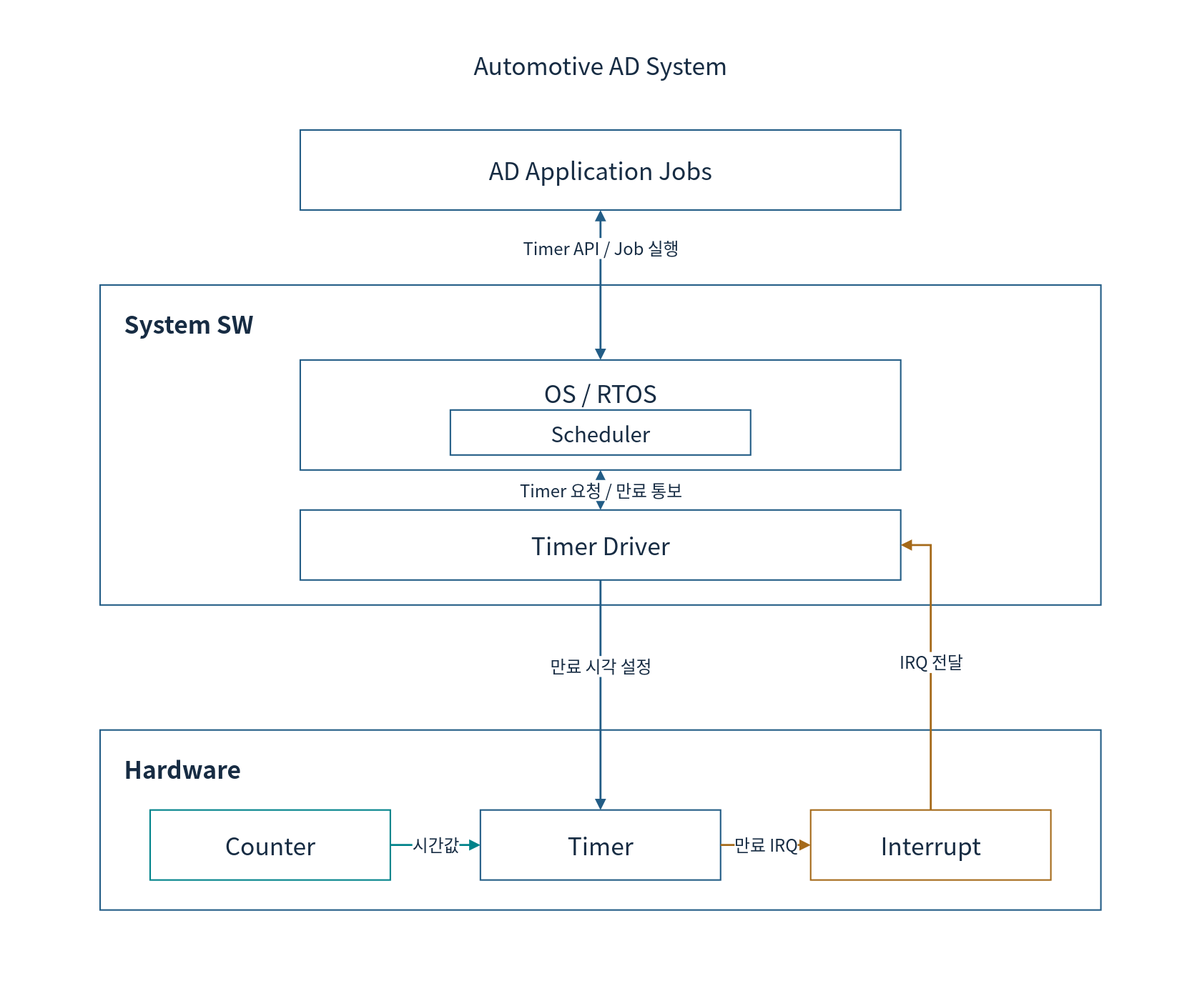
Above: doc/phase1/timer/diagrams/00-system.drawio.svg in cometzero/project-apollo (draw.io), before the change. Source tidied: cells renumbered, new cells last; positions are measured from the earlier drawing's top-left corner, leaving out a move shared by most shapes. Its diagram source:
```xml
<mxGraphModel background="#FFFFFF">
  <root>
    <mxCell id="0" />
    <mxCell id="1" parent="0" />
    <mxCell id="2" style="rounded=0;whiteSpace=wrap;html=1;fillColor=#FFFFFF;fontColor=#172C43;fontFamily=Noto Sans CJK KR;fontSize=24;strokeWidth=1.5;strokeColor=none;" parent="1" vertex="1">
      <mxGeometry width="1200" height="1000" as="geometry" />
    </mxCell>
    <mxCell id="3" value="Automotive AD System" style="rounded=0;whiteSpace=wrap;html=1;fillColor=#FFFFFF;fontColor=#172C43;fontFamily=Noto Sans CJK KR;fontSize=24;strokeWidth=1.5;strokeColor=none;" parent="1" vertex="1">
      <mxGeometry x="100" y="35" width="1000" height="60" as="geometry" />
    </mxCell>
    <mxCell id="4" value="AD Application Jobs" style="rounded=0;whiteSpace=wrap;html=1;fillColor=#FFFFFF;fontColor=#172C43;fontFamily=Noto Sans CJK KR;fontSize=24;strokeWidth=1.5;strokeColor=#235D86;" parent="1" vertex="1">
      <mxGeometry x="300" y="130" width="600" height="80" as="geometry" />
    </mxCell>
    <mxCell id="5" value="System SW" style="rounded=0;whiteSpace=wrap;html=1;fillColor=#FFFFFF;fontColor=#172C43;fontFamily=Noto Sans CJK KR;fontSize=24;strokeWidth=1.5;strokeColor=#235D86;verticalAlign=top;align=left;spacingTop=18;spacingLeft=22;fontStyle=1;" parent="1" vertex="1">
      <mxGeometry x="100" y="285" width="1000" height="320" as="geometry" />
    </mxCell>
    <mxCell id="6" value="OS / RTOS" style="rounded=0;whiteSpace=wrap;html=1;fillColor=#FFFFFF;fontColor=#172C43;fontFamily=Noto Sans CJK KR;fontSize=24;strokeWidth=1.5;strokeColor=#235D86;verticalAlign=top;spacingTop=12;" parent="5" vertex="1">
      <mxGeometry x="200" y="75" width="600" height="110" as="geometry" />
    </mxCell>
    <mxCell id="7" value="Scheduler" style="rounded=0;whiteSpace=wrap;html=1;fillColor=#FFFFFF;fontColor=#172C43;fontFamily=Noto Sans CJK KR;fontSize=21;strokeWidth=1.5;strokeColor=#235D86;" parent="6" vertex="1">
      <mxGeometry x="150" y="50" width="300" height="45" as="geometry" />
    </mxCell>
    <mxCell id="8" value="Timer Driver" style="rounded=0;whiteSpace=wrap;html=1;fillColor=#FFFFFF;fontColor=#172C43;fontFamily=Noto Sans CJK KR;fontSize=24;strokeWidth=1.5;strokeColor=#235D86;" parent="5" vertex="1">
      <mxGeometry x="200" y="225" width="600" height="70" as="geometry" />
    </mxCell>
    <mxCell id="9" value="Timer 요청 / 만료 통보" style="edgeStyle=orthogonalEdgeStyle;rounded=0;endArrow=block;endFill=1;strokeWidth=2;strokeColor=#235D86;startArrow=block;startFill=1;html=1;fontFamily=Noto Sans CJK KR;fontSize=17;fontColor=#172C43;labelBackgroundColor=#FFFFFF;" parent="5" edge="1" source="6" target="8">
      <mxGeometry relative="1" as="geometry" />
    </mxCell>
    <mxCell id="10" value="Hardware" style="rounded=0;whiteSpace=wrap;html=1;fillColor=#FFFFFF;fontColor=#172C43;fontFamily=Noto Sans CJK KR;fontSize=24;strokeWidth=1.5;strokeColor=#235D86;verticalAlign=top;align=left;spacingTop=18;spacingLeft=22;fontStyle=1;" parent="1" vertex="1">
      <mxGeometry x="100" y="730" width="1000" height="180" as="geometry" />
    </mxCell>
    <mxCell id="11" value="Counter" style="rounded=0;whiteSpace=wrap;html=1;fillColor=#FFFFFF;fontColor=#172C43;fontFamily=Noto Sans CJK KR;fontSize=24;strokeWidth=1.5;strokeColor=#00838A;" parent="10" vertex="1">
      <mxGeometry x="50" y="80" width="240" height="70" as="geometry" />
    </mxCell>
    <mxCell id="12" value="Timer" style="rounded=0;whiteSpace=wrap;html=1;fillColor=#FFFFFF;fontColor=#172C43;fontFamily=Noto Sans CJK KR;fontSize=24;strokeWidth=1.5;strokeColor=#235D86;" parent="10" vertex="1">
      <mxGeometry x="380" y="80" width="240" height="70" as="geometry" />
    </mxCell>
    <mxCell id="13" value="Interrupt" style="rounded=0;whiteSpace=wrap;html=1;fillColor=#FFFFFF;fontColor=#172C43;fontFamily=Noto Sans CJK KR;fontSize=24;strokeWidth=1.5;strokeColor=#A56A1A;" parent="10" vertex="1">
      <mxGeometry x="710" y="80" width="240" height="70" as="geometry" />
    </mxCell>
    <mxCell id="14" value="시간값" style="edgeStyle=orthogonalEdgeStyle;rounded=0;endArrow=block;endFill=1;strokeWidth=2;strokeColor=#00838A;html=1;fontFamily=Noto Sans CJK KR;fontSize=17;fontColor=#172C43;labelBackgroundColor=#FFFFFF;" parent="10" edge="1" source="11" target="12">
      <mxGeometry relative="1" as="geometry" />
    </mxCell>
    <mxCell id="15" value="만료 IRQ" style="edgeStyle=orthogonalEdgeStyle;rounded=0;endArrow=block;endFill=1;strokeWidth=2;strokeColor=#A56A1A;html=1;fontFamily=Noto Sans CJK KR;fontSize=17;fontColor=#172C43;labelBackgroundColor=#FFFFFF;" parent="10" edge="1" source="12" target="13">
      <mxGeometry relative="1" as="geometry" />
    </mxCell>
    <mxCell id="16" value="Timer API / Job 실행" style="edgeStyle=orthogonalEdgeStyle;rounded=0;endArrow=block;endFill=1;strokeWidth=2;strokeColor=#235D86;exitX=0.5;exitY=1;entryX=0.5;entryY=0;startArrow=block;startFill=1;html=1;fontFamily=Noto Sans CJK KR;fontSize=17;fontColor=#172C43;labelBackgroundColor=#FFFFFF;" parent="1" edge="1" source="4" target="6">
      <mxGeometry x="-0.5" relative="1" as="geometry" />
    </mxCell>
    <mxCell id="17" value="만료 시각 설정" style="edgeStyle=orthogonalEdgeStyle;rounded=0;endArrow=block;endFill=1;strokeWidth=2;strokeColor=#235D86;exitX=0.5;exitY=1;entryX=0.5;entryY=0;html=1;fontFamily=Noto Sans CJK KR;fontSize=17;fontColor=#172C43;labelBackgroundColor=#FFFFFF;" parent="1" edge="1" source="8" target="12">
      <mxGeometry x="-0.25" relative="1" as="geometry" />
    </mxCell>
    <mxCell id="18" value="IRQ 전달" style="edgeStyle=orthogonalEdgeStyle;rounded=0;endArrow=block;endFill=1;strokeWidth=2;strokeColor=#A56A1A;exitX=0.5;exitY=0;entryX=1;entryY=0.5;html=1;fontFamily=Noto Sans CJK KR;fontSize=17;fontColor=#172C43;labelBackgroundColor=#FFFFFF;" parent="1" edge="1" source="13" target="8">
      <mxGeometry relative="1" as="geometry" />
    </mxCell>
  </root>
</mxGraphModel>
```
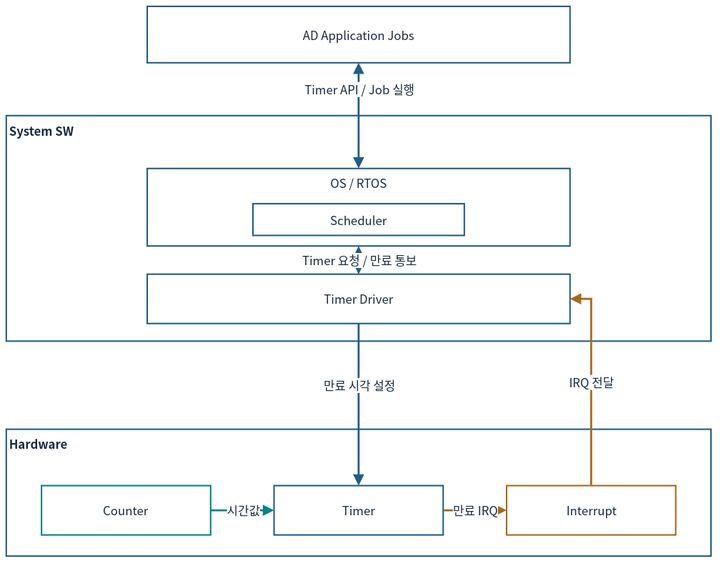
After the change.

What changed in the source:
```diff
@@ -2,55 +2,49 @@
   <root>
     <mxCell id="0" />
     <mxCell id="1" parent="0" />
-    <mxCell id="2" style="rounded=0;whiteSpace=wrap;html=1;fillColor=#FFFFFF;fontColor=#172C43;fontFamily=Noto Sans CJK KR;fontSize=24;strokeWidth=1.5;strokeColor=none;" parent="1" vertex="1">
-      <mxGeometry width="1200" height="1000" as="geometry" />
-    </mxCell>
-    <mxCell id="3" value="Automotive AD System" style="rounded=0;whiteSpace=wrap;html=1;fillColor=#FFFFFF;fontColor=#172C43;fontFamily=Noto Sans CJK KR;fontSize=24;strokeWidth=1.5;strokeColor=none;" parent="1" vertex="1">
-      <mxGeometry x="100" y="35" width="1000" height="60" as="geometry" />
-    </mxCell>
-    <mxCell id="4" value="AD Application Jobs" style="rounded=0;whiteSpace=wrap;html=1;fillColor=#FFFFFF;fontColor=#172C43;fontFamily=Noto Sans CJK KR;fontSize=24;strokeWidth=1.5;strokeColor=#235D86;" parent="1" vertex="1">
-      <mxGeometry x="300" y="130" width="600" height="80" as="geometry" />
+    <mxCell id="4" value="AD Application Jobs" style="rounded=0;whiteSpace=wrap;html=1;fillColor=#FFFFFF;fontColor=#172C43;fontFamily=Noto Sans CJK KR;strokeWidth=1.5;strokeColor=#235D86;fontSize=12;spacing=3;whiteSpace=wrap;" parent="1" vertex="1">
+      <mxGeometry x="188.2" y="68.4" width="422.9" height="56.4" as="geometry" />
     </mxCell>
-    <mxCell id="5" value="System SW" style="rounded=0;whiteSpace=wrap;html=1;fillColor=#FFFFFF;fontColor=#172C43;fontFamily=Noto Sans CJK KR;fontSize=24;strokeWidth=1.5;strokeColor=#235D86;verticalAlign=top;align=left;spacingTop=18;spacingLeft=22;fontStyle=1;" parent="1" vertex="1">
-      <mxGeometry x="100" y="285" width="1000" height="320" as="geometry" />
+    <mxCell id="5" value="System SW" style="rounded=0;whiteSpace=wrap;html=1;fillColor=#FFFFFF;fontColor=#172C43;fontFamily=Noto Sans CJK KR;strokeWidth=1.5;strokeColor=#235D86;verticalAlign=top;align=left;fontStyle=1;fontSize=12;spacing=3;whiteSpace=wrap;" parent="1" vertex="1">
+      <mxGeometry x="47.2" y="177.6" width="704.8" height="225.5" as="geometry" />
     </mxCell>
-    <mxCell id="6" value="OS / RTOS" style="rounded=0;whiteSpace=wrap;html=1;fillColor=#FFFFFF;fontColor=#172C43;fontFamily=Noto Sans CJK KR;fontSize=24;strokeWidth=1.5;strokeColor=#235D86;verticalAlign=top;spacingTop=12;" parent="5" vertex="1">
-      <mxGeometry x="200" y="75" width="600" height="110" as="geometry" />
+    <mxCell id="6" value="OS / RTOS" style="rounded=0;whiteSpace=wrap;html=1;fillColor=#FFFFFF;fontColor=#172C43;fontFamily=Noto Sans CJK KR;strokeWidth=1.5;strokeColor=#235D86;verticalAlign=top;fontSize=12;spacing=3;whiteSpace=wrap;" parent="5" vertex="1">
+      <mxGeometry x="140.9" y="52.9" width="422.9" height="77.5" as="geometry" />
     </mxCell>
-    <mxCell id="7" value="Scheduler" style="rounded=0;whiteSpace=wrap;html=1;fillColor=#FFFFFF;fontColor=#172C43;fontFamily=Noto Sans CJK KR;fontSize=21;strokeWidth=1.5;strokeColor=#235D86;" parent="6" vertex="1">
-      <mxGeometry x="150" y="50" width="300" height="45" as="geometry" />
+    <mxCell id="7" value="Scheduler" style="rounded=0;whiteSpace=wrap;html=1;fillColor=#FFFFFF;fontColor=#172C43;fontFamily=Noto Sans CJK KR;strokeWidth=1.5;strokeColor=#235D86;fontSize=12;spacing=3;whiteSpace=wrap;" parent="6" vertex="1">
+      <mxGeometry x="105.7" y="35.2" width="211.4" height="31.7" as="geometry" />
     </mxCell>
-    <mxCell id="8" value="Timer Driver" style="rounded=0;whiteSpace=wrap;html=1;fillColor=#FFFFFF;fontColor=#172C43;fontFamily=Noto Sans CJK KR;fontSize=24;strokeWidth=1.5;strokeColor=#235D86;" parent="5" vertex="1">
-      <mxGeometry x="200" y="225" width="600" height="70" as="geometry" />
+    <mxCell id="8" value="Timer Driver" style="rounded=0;whiteSpace=wrap;html=1;fillColor=#FFFFFF;fontColor=#172C43;fontFamily=Noto Sans CJK KR;strokeWidth=1.5;strokeColor=#235D86;fontSize=12;spacing=3;whiteSpace=wrap;" parent="5" vertex="1">
+      <mxGeometry x="140.9" y="158.6" width="422.9" height="49.3" as="geometry" />
     </mxCell>
-    <mxCell id="9" value="Timer 요청 / 만료 통보" style="edgeStyle=orthogonalEdgeStyle;rounded=0;endArrow=block;endFill=1;strokeWidth=2;strokeColor=#235D86;startArrow=block;startFill=1;html=1;fontFamily=Noto Sans CJK KR;fontSize=17;fontColor=#172C43;labelBackgroundColor=#FFFFFF;" parent="5" edge="1" source="6" target="8">
+    <mxCell id="9" value="Timer 요청 / 만료 통보" style="edgeStyle=orthogonalEdgeStyle;rounded=0;endArrow=block;endFill=1;strokeWidth=2;strokeColor=#235D86;startArrow=block;startFill=1;html=1;fontFamily=Noto Sans CJK KR;fontColor=#172C43;labelBackgroundColor=#FFFFFF;fontSize=12;spacing=3;whiteSpace=nowrap;" parent="5" edge="1" source="6" target="8">
       <mxGeometry relative="1" as="geometry" />
     </mxCell>
-    <mxCell id="10" value="Hardware" style="rounded=0;whiteSpace=wrap;html=1;fillColor=#FFFFFF;fontColor=#172C43;fontFamily=Noto Sans CJK KR;fontSize=24;strokeWidth=1.5;strokeColor=#235D86;verticalAlign=top;align=left;spacingTop=18;spacingLeft=22;fontStyle=1;" parent="1" vertex="1">
-      <mxGeometry x="100" y="730" width="1000" height="180" as="geometry" />
+    <mxCell id="10" value="Hardware" style="rounded=0;whiteSpace=wrap;html=1;fillColor=#FFFFFF;fontColor=#172C43;fontFamily=Noto Sans CJK KR;strokeWidth=1.5;strokeColor=#235D86;verticalAlign=top;align=left;fontStyle=1;fontSize=12;spacing=3;whiteSpace=wrap;" parent="1" vertex="1">
+      <mxGeometry x="47.2" y="491.2" width="704.8" height="126.9" as="geometry" />
     </mxCell>
-    <mxCell id="11" value="Counter" style="rounded=0;whiteSpace=wrap;html=1;fillColor=#FFFFFF;fontColor=#172C43;fontFamily=Noto Sans CJK KR;fontSize=24;strokeWidth=1.5;strokeColor=#00838A;" parent="10" vertex="1">
-      <mxGeometry x="50" y="80" width="240" height="70" as="geometry" />
+    <mxCell id="11" value="Counter" style="rounded=0;whiteSpace=wrap;html=1;fillColor=#FFFFFF;fontColor=#172C43;fontFamily=Noto Sans CJK KR;strokeWidth=1.5;strokeColor=#00838A;fontSize=12;spacing=3;whiteSpace=wrap;" parent="10" vertex="1">
+      <mxGeometry x="35.2" y="56.4" width="169.1" height="49.3" as="geometry" />
     </mxCell>
-    <mxCell id="12" value="Timer" style="rounded=0;whiteSpace=wrap;html=1;fillColor=#FFFFFF;fontColor=#172C43;fontFamily=Noto Sans CJK KR;fontSize=24;strokeWidth=1.5;strokeColor=#235D86;" parent="10" vertex="1">
-      <mxGeometry x="380" y="80" width="240" height="70" as="geometry" />
+    <mxCell id="12" value="Timer" style="rounded=0;whiteSpace=wrap;html=1;fillColor=#FFFFFF;fontColor=#172C43;fontFamily=Noto Sans CJK KR;strokeWidth=1.5;strokeColor=#235D86;fontSize=12;spacing=3;whiteSpace=wrap;" parent="10" vertex="1">
+      <mxGeometry x="267.8" y="56.4" width="169.1" height="49.3" as="geometry" />
     </mxCell>
-    <mxCell id="13" value="Interrupt" style="rounded=0;whiteSpace=wrap;html=1;fillColor=#FFFFFF;fontColor=#172C43;fontFamily=Noto Sans CJK KR;fontSize=24;strokeWidth=1.5;strokeColor=#A56A1A;" parent="10" vertex="1">
-      <mxGeometry x="710" y="80" width="240" height="70" as="geometry" />
+    <mxCell id="13" value="Interrupt" style="rounded=0;whiteSpace=wrap;html=1;fillColor=#FFFFFF;fontColor=#172C43;fontFamily=Noto Sans CJK KR;strokeWidth=1.5;strokeColor=#A56A1A;fontSize=12;spacing=3;whiteSpace=wrap;" parent="10" vertex="1">
+      <mxGeometry x="500.4" y="56.4" width="169.1" height="49.3" as="geometry" />
     </mxCell>
-    <mxCell id="14" value="시간값" style="edgeStyle=orthogonalEdgeStyle;rounded=0;endArrow=block;endFill=1;strokeWidth=2;strokeColor=#00838A;html=1;fontFamily=Noto Sans CJK KR;fontSize=17;fontColor=#172C43;labelBackgroundColor=#FFFFFF;" parent="10" edge="1" source="11" target="12">
+    <mxCell id="14" value="시간값" style="edgeStyle=orthogonalEdgeStyle;rounded=0;endArrow=block;endFill=1;strokeWidth=2;strokeColor=#00838A;html=1;fontFamily=Noto Sans CJK KR;fontColor=#172C43;labelBackgroundColor=#FFFFFF;fontSize=12;spacing=3;whiteSpace=nowrap;" parent="10" edge="1" source="11" target="12">
       <mxGeometry relative="1" as="geometry" />
     </mxCell>
-    <mxCell id="15" value="만료 IRQ" style="edgeStyle=orthogonalEdgeStyle;rounded=0;endArrow=block;endFill=1;strokeWidth=2;strokeColor=#A56A1A;html=1;fontFamily=Noto Sans CJK KR;fontSize=17;fontColor=#172C43;labelBackgroundColor=#FFFFFF;" parent="10" edge="1" source="12" target="13">
+    <mxCell id="15" value="만료 IRQ" style="edgeStyle=orthogonalEdgeStyle;rounded=0;endArrow=block;endFill=1;strokeWidth=2;strokeColor=#A56A1A;html=1;fontFamily=Noto Sans CJK KR;fontColor=#172C43;labelBackgroundColor=#FFFFFF;fontSize=12;spacing=3;whiteSpace=nowrap;" parent="10" edge="1" source="12" target="13">
       <mxGeometry relative="1" as="geometry" />
     </mxCell>
-    <mxCell id="16" value="Timer API / Job 실행" style="edgeStyle=orthogonalEdgeStyle;rounded=0;endArrow=block;endFill=1;strokeWidth=2;strokeColor=#235D86;exitX=0.5;exitY=1;entryX=0.5;entryY=0;startArrow=block;startFill=1;html=1;fontFamily=Noto Sans CJK KR;fontSize=17;fontColor=#172C43;labelBackgroundColor=#FFFFFF;" parent="1" edge="1" source="4" target="6">
+    <mxCell id="16" value="Timer API / Job 실행" style="edgeStyle=orthogonalEdgeStyle;rounded=0;endArrow=block;endFill=1;strokeWidth=2;strokeColor=#235D86;exitX=0.5;exitY=1;entryX=0.5;entryY=0;startArrow=block;startFill=1;html=1;fontFamily=Noto Sans CJK KR;fontColor=#172C43;labelBackgroundColor=#FFFFFF;fontSize=12;spacing=3;whiteSpace=nowrap;" parent="1" edge="1" source="4" target="6">
       <mxGeometry x="-0.5" relative="1" as="geometry" />
     </mxCell>
-    <mxCell id="17" value="만료 시각 설정" style="edgeStyle=orthogonalEdgeStyle;rounded=0;endArrow=block;endFill=1;strokeWidth=2;strokeColor=#235D86;exitX=0.5;exitY=1;entryX=0.5;entryY=0;html=1;fontFamily=Noto Sans CJK KR;fontSize=17;fontColor=#172C43;labelBackgroundColor=#FFFFFF;" parent="1" edge="1" source="8" target="12">
+    <mxCell id="17" value="만료 시각 설정" style="edgeStyle=orthogonalEdgeStyle;rounded=0;endArrow=block;endFill=1;strokeWidth=2;strokeColor=#235D86;exitX=0.5;exitY=1;entryX=0.5;entryY=0;html=1;fontFamily=Noto Sans CJK KR;fontColor=#172C43;labelBackgroundColor=#FFFFFF;fontSize=12;spacing=3;whiteSpace=nowrap;" parent="1" edge="1" source="8" target="12">
       <mxGeometry x="-0.25" relative="1" as="geometry" />
     </mxCell>
-    <mxCell id="18" value="IRQ 전달" style="edgeStyle=orthogonalEdgeStyle;rounded=0;endArrow=block;endFill=1;strokeWidth=2;strokeColor=#A56A1A;exitX=0.5;exitY=0;entryX=1;entryY=0.5;html=1;fontFamily=Noto Sans CJK KR;fontSize=17;fontColor=#172C43;labelBackgroundColor=#FFFFFF;" parent="1" edge="1" source="13" target="8">
+    <mxCell id="18" value="IRQ 전달" style="edgeStyle=orthogonalEdgeStyle;rounded=0;endArrow=block;endFill=1;strokeWidth=2;strokeColor=#A56A1A;exitX=0.5;exitY=0;entryX=1;entryY=0.5;html=1;fontFamily=Noto Sans CJK KR;fontColor=#172C43;labelBackgroundColor=#FFFFFF;fontSize=12;spacing=3;whiteSpace=nowrap;" parent="1" edge="1" source="13" target="8">
       <mxGeometry relative="1" as="geometry" />
     </mxCell>
   </root>
```
